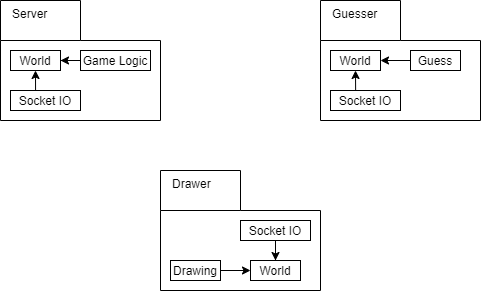
Earlier version of the draw.io export docs/resources/diagrams/Package Diagram.png (CraigChaus/Sketchy-Mine-). Source tidied: cells renumbered, new cells last; positions are measured from the earlier drawing's top-left corner, leaving out a move shared by most shapes.
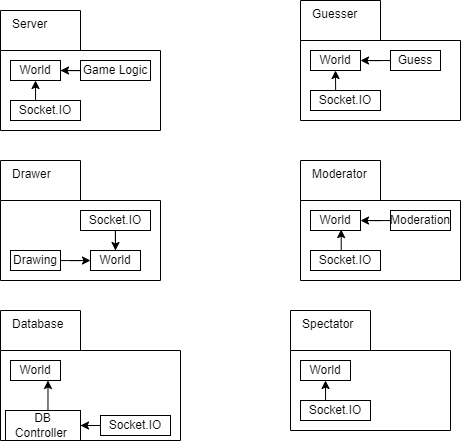
The same file after the commit.

Diff of the diagram source:
```diff
@@ -3,58 +3,110 @@
     <mxCell id="0" />
     <mxCell id="1" parent="0" />
     <mxCell id="2" value="Drawer" style="shape=folder;html=1;tabWidth=80;tabHeight=40;tabPosition=left;align=left;verticalAlign=top;spacingLeft=10;whiteSpace=wrap;" parent="1" vertex="1">
-      <mxGeometry x="160" y="170" width="160" height="120" as="geometry" />
+      <mxGeometry x="-10" y="140" width="160" height="120" as="geometry" />
     </mxCell>
     <mxCell id="3" value="Guesser" style="shape=folder;html=1;tabWidth=80;tabHeight=40;tabPosition=left;align=left;verticalAlign=top;spacingLeft=10;whiteSpace=wrap;" parent="1" vertex="1">
-      <mxGeometry x="320" width="160" height="120" as="geometry" />
+      <mxGeometry x="290" y="-20" width="160" height="120" as="geometry" />
     </mxCell>
     <mxCell id="4" value="Server" style="shape=folder;html=1;tabWidth=80;tabHeight=40;tabPosition=left;align=left;verticalAlign=top;spacingLeft=10;whiteSpace=wrap;" parent="1" vertex="1">
-      <mxGeometry width="160" height="120" as="geometry" />
+      <mxGeometry x="-10" y="-10" width="160" height="120" as="geometry" />
     </mxCell>
-    <mxCell id="5" value="World" style="rounded=0;whiteSpace=wrap;html=1;" parent="1" vertex="1">
-      <mxGeometry x="10" y="50" width="50" height="20" as="geometry" />
-    </mxCell>
-    <mxCell id="6" style="edgeStyle=orthogonalEdgeStyle;rounded=0;jettySize=auto;html=1;entryX=1;entryY=0.5;entryDx=0;entryDy=0;" parent="1" edge="1" source="7" target="5">
-      <mxGeometry relative="1" as="geometry" />
-    </mxCell>
+    <mxCell id="20" value="World" style="rounded=0;whiteSpace=wrap;html=1;" parent="1" vertex="1">
+      <mxGeometry y="40" width="50" height="20" as="geometry" />
+    </mxCell>
+    <mxCell id="21" style="edgeStyle=orthogonalEdgeStyle;rounded=0;jettySize=auto;html=1;entryX=1;entryY=0.5;entryDx=0;entryDy=0;" parent="1" edge="1" source="7" target="20">
+      <mxGeometry relative="1" as="geometry" />
+    </mxCell>
     <mxCell id="7" value="Game Logic" style="rounded=0;whiteSpace=wrap;html=1;" parent="1" vertex="1">
-      <mxGeometry x="80" y="50" width="70" height="20" as="geometry" />
+      <mxGeometry x="70" y="40" width="70" height="20" as="geometry" />
     </mxCell>
-    <mxCell id="8" style="edgeStyle=orthogonalEdgeStyle;rounded=0;jettySize=auto;html=1;entryX=0.5;entryY=1;entryDx=0;entryDy=0;exitX=0.358;exitY=-0.003;exitDx=0;exitDy=0;exitPerimeter=0;" parent="1" edge="1" source="9" target="5">
-      <mxGeometry relative="1" as="geometry" />
-    </mxCell>
-    <mxCell id="9" value="Socket IO" style="rounded=0;whiteSpace=wrap;html=1;" parent="1" vertex="1">
-      <mxGeometry x="10" y="90" width="70" height="20" as="geometry" />
-    </mxCell>
-    <mxCell id="10" style="edgeStyle=orthogonalEdgeStyle;rounded=0;jettySize=auto;html=1;entryX=0.5;entryY=0;entryDx=0;entryDy=0;" parent="1" edge="1" source="11" target="14">
-      <mxGeometry relative="1" as="geometry" />
-    </mxCell>
-    <mxCell id="11" value="Socket IO" style="rounded=0;whiteSpace=wrap;html=1;" parent="1" vertex="1">
-      <mxGeometry x="240" y="220" width="70" height="20" as="geometry" />
-    </mxCell>
-    <mxCell id="12" style="edgeStyle=orthogonalEdgeStyle;rounded=0;jettySize=auto;html=1;entryX=0.5;entryY=1;entryDx=0;entryDy=0;exitX=0.359;exitY=-0.009;exitDx=0;exitDy=0;exitPerimeter=0;" parent="1" edge="1" source="13" target="15">
-      <mxGeometry relative="1" as="geometry" />
-    </mxCell>
-    <mxCell id="13" value="Socket IO" style="rounded=0;whiteSpace=wrap;html=1;" parent="1" vertex="1">
-      <mxGeometry x="330" y="90" width="70" height="20" as="geometry" />
-    </mxCell>
-    <mxCell id="14" value="World" style="rounded=0;whiteSpace=wrap;html=1;" parent="1" vertex="1">
-      <mxGeometry x="250" y="260" width="50" height="20" as="geometry" />
-    </mxCell>
-    <mxCell id="15" value="World" style="rounded=0;whiteSpace=wrap;html=1;" parent="1" vertex="1">
-      <mxGeometry x="330" y="50" width="50" height="20" as="geometry" />
-    </mxCell>
-    <mxCell id="16" style="edgeStyle=orthogonalEdgeStyle;rounded=0;jettySize=auto;html=1;entryX=0;entryY=0.5;entryDx=0;entryDy=0;" parent="1" edge="1" source="17" target="14">
-      <mxGeometry relative="1" as="geometry" />
-    </mxCell>
+    <mxCell id="22" style="edgeStyle=orthogonalEdgeStyle;rounded=0;jettySize=auto;html=1;entryX=0.5;entryY=1;entryDx=0;entryDy=0;exitX=0.358;exitY=-0.003;exitDx=0;exitDy=0;exitPerimeter=0;" parent="1" edge="1" source="23" target="20">
+      <mxGeometry relative="1" as="geometry" />
+    </mxCell>
+    <mxCell id="23" value="Socket.IO" style="rounded=0;whiteSpace=wrap;html=1;" parent="1" vertex="1">
+      <mxGeometry y="80" width="70" height="20" as="geometry" />
+    </mxCell>
+    <mxCell id="24" style="edgeStyle=orthogonalEdgeStyle;rounded=0;jettySize=auto;html=1;entryX=0.5;entryY=0;entryDx=0;entryDy=0;" parent="1" edge="1" source="25" target="28">
+      <mxGeometry relative="1" as="geometry" />
+    </mxCell>
+    <mxCell id="25" value="Socket.IO" style="rounded=0;whiteSpace=wrap;html=1;" parent="1" vertex="1">
+      <mxGeometry x="70" y="190" width="70" height="20" as="geometry" />
+    </mxCell>
+    <mxCell id="26" style="edgeStyle=orthogonalEdgeStyle;rounded=0;jettySize=auto;html=1;entryX=0.5;entryY=1;entryDx=0;entryDy=0;exitX=0.359;exitY=-0.009;exitDx=0;exitDy=0;exitPerimeter=0;" parent="1" edge="1" source="27" target="29">
+      <mxGeometry relative="1" as="geometry" />
+    </mxCell>
+    <mxCell id="27" value="Socket.IO" style="rounded=0;whiteSpace=wrap;html=1;" parent="1" vertex="1">
+      <mxGeometry x="300" y="70" width="70" height="20" as="geometry" />
+    </mxCell>
+    <mxCell id="28" value="World" style="rounded=0;whiteSpace=wrap;html=1;" parent="1" vertex="1">
+      <mxGeometry x="80" y="230" width="50" height="20" as="geometry" />
+    </mxCell>
+    <mxCell id="29" value="World" style="rounded=0;whiteSpace=wrap;html=1;" parent="1" vertex="1">
+      <mxGeometry x="300" y="30" width="50" height="20" as="geometry" />
+    </mxCell>
+    <mxCell id="30" style="edgeStyle=orthogonalEdgeStyle;rounded=0;jettySize=auto;html=1;entryX=0;entryY=0.5;entryDx=0;entryDy=0;" parent="1" edge="1" source="17" target="28">
+      <mxGeometry relative="1" as="geometry" />
+    </mxCell>
     <mxCell id="17" value="Drawing" style="rounded=0;whiteSpace=wrap;html=1;" parent="1" vertex="1">
-      <mxGeometry x="170" y="260" width="50" height="20" as="geometry" />
+      <mxGeometry y="230" width="50" height="20" as="geometry" />
     </mxCell>
-    <mxCell id="18" style="edgeStyle=orthogonalEdgeStyle;rounded=0;jettySize=auto;html=1;entryX=1;entryY=0.5;entryDx=0;entryDy=0;" parent="1" edge="1" source="19" target="15">
-      <mxGeometry relative="1" as="geometry" />
-    </mxCell>
+    <mxCell id="31" style="edgeStyle=orthogonalEdgeStyle;rounded=0;jettySize=auto;html=1;entryX=1;entryY=0.5;entryDx=0;entryDy=0;" parent="1" edge="1" source="19" target="29">
+      <mxGeometry relative="1" as="geometry" />
+    </mxCell>
     <mxCell id="19" value="Guess" style="rounded=0;whiteSpace=wrap;html=1;" parent="1" vertex="1">
-      <mxGeometry x="410" y="50" width="50" height="20" as="geometry" />
+      <mxGeometry x="380" y="30" width="50" height="20" as="geometry" />
     </mxCell>
+    <mxCell id="32" value="Moderator" style="shape=folder;html=1;tabWidth=80;tabHeight=40;tabPosition=left;align=left;verticalAlign=top;spacingLeft=10;whiteSpace=wrap;" parent="1" vertex="1">
+      <mxGeometry x="290" y="140" width="160" height="120" as="geometry" />
+    </mxCell>
+    <mxCell id="33" style="edgeStyle=orthogonalEdgeStyle;rounded=0;jettySize=auto;html=1;exitX=0.5;exitY=0;exitDx=0;exitDy=0;entryX=0.613;entryY=0.954;entryDx=0;entryDy=0;entryPerimeter=0;" parent="1" edge="1" source="34" target="35">
+      <mxGeometry relative="1" as="geometry" />
+    </mxCell>
+    <mxCell id="34" value="Socket.IO" style="rounded=0;whiteSpace=wrap;html=1;" parent="1" vertex="1">
+      <mxGeometry x="300" y="230" width="70" height="20" as="geometry" />
+    </mxCell>
+    <mxCell id="35" value="World" style="rounded=0;whiteSpace=wrap;html=1;" parent="1" vertex="1">
+      <mxGeometry x="300" y="190" width="50" height="20" as="geometry" />
+    </mxCell>
+    <mxCell id="36" style="edgeStyle=orthogonalEdgeStyle;rounded=0;jettySize=auto;html=1;" parent="1" edge="1" source="37" target="35">
+      <mxGeometry relative="1" as="geometry" />
+    </mxCell>
+    <mxCell id="37" value="Moderation" style="rounded=0;whiteSpace=wrap;html=1;" parent="1" vertex="1">
+      <mxGeometry x="380" y="190" width="60" height="20" as="geometry" />
+    </mxCell>
+    <mxCell id="38" value="Database" style="shape=folder;html=1;tabWidth=80;tabHeight=40;tabPosition=left;align=left;verticalAlign=top;spacingLeft=10;whiteSpace=wrap;" parent="1" vertex="1">
+      <mxGeometry x="-10" y="290" width="180" height="130" as="geometry" />
+    </mxCell>
+    <mxCell id="39" value="Spectator" style="shape=folder;html=1;tabWidth=80;tabHeight=40;tabPosition=left;align=left;verticalAlign=top;spacingLeft=10;whiteSpace=wrap;" parent="1" vertex="1">
+      <mxGeometry x="280" y="290" width="160" height="120" as="geometry" />
+    </mxCell>
+    <mxCell id="40" value="World" style="rounded=0;whiteSpace=wrap;html=1;" parent="1" vertex="1">
+      <mxGeometry x="290" y="340" width="50" height="20" as="geometry" />
+    </mxCell>
+    <mxCell id="41" style="edgeStyle=orthogonalEdgeStyle;rounded=0;jettySize=auto;html=1;exitX=0.25;exitY=0;exitDx=0;exitDy=0;entryX=0.5;entryY=1;entryDx=0;entryDy=0;" parent="1" edge="1" source="42" target="40">
+      <mxGeometry relative="1" as="geometry" />
+    </mxCell>
+    <mxCell id="42" value="Socket.IO" style="rounded=0;whiteSpace=wrap;html=1;" parent="1" vertex="1">
+      <mxGeometry x="290" y="380" width="70" height="20" as="geometry" />
+    </mxCell>
+    <mxCell id="43" value="World" style="rounded=0;whiteSpace=wrap;html=1;" parent="1" vertex="1">
+      <mxGeometry y="340" width="50" height="20" as="geometry" />
+    </mxCell>
+    <mxCell id="44" style="edgeStyle=orthogonalEdgeStyle;rounded=0;jettySize=auto;html=1;exitX=0;exitY=0.5;exitDx=0;exitDy=0;" parent="1" edge="1" source="45" target="47">
+      <mxGeometry relative="1" as="geometry" />
+    </mxCell>
+    <mxCell id="45" value="Socket.IO" style="rounded=0;whiteSpace=wrap;html=1;" parent="1" vertex="1">
+      <mxGeometry x="90" y="395" width="70" height="20" as="geometry" />
+    </mxCell>
+    <mxCell id="46" style="edgeStyle=orthogonalEdgeStyle;rounded=0;jettySize=auto;html=1;exitX=0.5;exitY=0;exitDx=0;exitDy=0;entryX=0.75;entryY=1;entryDx=0;entryDy=0;" parent="1" edge="1" source="47" target="43">
+      <mxGeometry relative="1" as="geometry">
+        <Array as="points">
+          <mxPoint x="37" y="390" />
+        </Array>
+      </mxGeometry>
+    </mxCell>
+    <mxCell id="47" value="DB Controller&amp;nbsp;" style="rounded=0;whiteSpace=wrap;html=1;" parent="1" vertex="1">
+      <mxGeometry x="-5" y="390" width="75" height="30" as="geometry" />
+    </mxCell>
   </root>
 </mxGraphModel>
```
